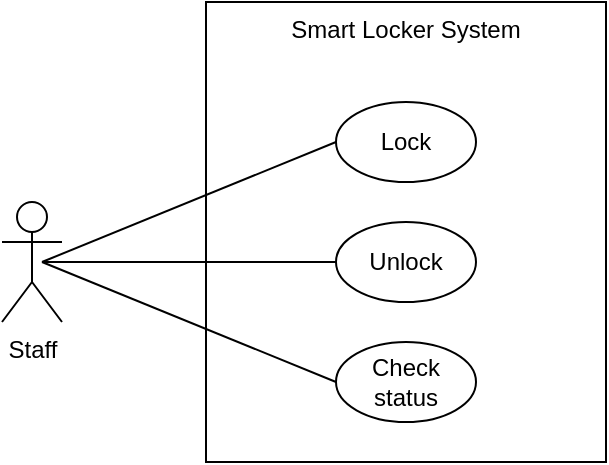
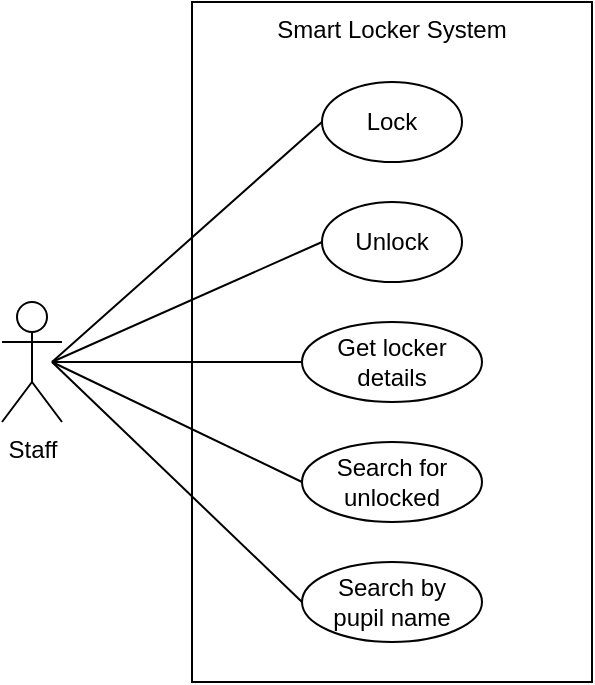
<mxfile host="Electron" agent="Mozilla/5.0 (Windows NT 10.0; Win64; x64) AppleWebKit/537.36 (KHTML, like Gecko) draw.io/28.1.2 Chrome/138.0.7204.243 Electron/37.4.0 Safari/537.36" version="28.1.2" pages="2">
  <diagram id="dSmxpFlf6ctc98qw9gfx" name="Use case">
-     <mxGraphModel dx="868" dy="550" grid="1" gridSize="10" guides="1" tooltips="1" connect="1" arrows="1" fold="1" page="1" pageScale="1" pageWidth="583" pageHeight="413" math="0" shadow="0">
+     <mxGraphModel dx="542" dy="356" grid="1" gridSize="10" guides="1" tooltips="1" connect="1" arrows="1" fold="1" page="1" pageScale="1" pageWidth="583" pageHeight="413" math="0" shadow="0">
      <root>
        <mxCell id="0" />
        <mxCell id="1" parent="0" />
-         <mxCell id="bVwHo5LN-BDuGcu6Tm90-5" value="Smart Locker System" style="rounded=0;whiteSpace=wrap;html=1;verticalAlign=top;fillColor=none;movable=1;resizable=1;rotatable=1;deletable=1;editable=1;locked=0;connectable=1;" vertex="1" parent="1">
-           <mxGeometry x="202" y="90" width="200" height="230" as="geometry" />
+         <mxCell id="bVwHo5LN-BDuGcu6Tm90-5" value="Smart Locker System" style="rounded=0;whiteSpace=wrap;html=1;verticalAlign=top;fillColor=none;movable=1;resizable=1;rotatable=1;deletable=1;editable=1;locked=0;connectable=1;" parent="1" vertex="1">
+           <mxGeometry x="200" y="40" width="200" height="340" as="geometry" />
        </mxCell>
-         <mxCell id="bVwHo5LN-BDuGcu6Tm90-1" value="Lock" style="ellipse;whiteSpace=wrap;html=1;fillColor=none;" vertex="1" parent="1">
-           <mxGeometry x="267" y="140" width="70" height="40" as="geometry" />
+         <mxCell id="bVwHo5LN-BDuGcu6Tm90-1" value="Lock" style="ellipse;whiteSpace=wrap;html=1;fillColor=none;" parent="1" vertex="1">
+           <mxGeometry x="265" y="80" width="70" height="40" as="geometry" />
        </mxCell>
-         <mxCell id="bVwHo5LN-BDuGcu6Tm90-2" value="Staff" style="shape=umlActor;verticalLabelPosition=bottom;verticalAlign=top;html=1;fillColor=none;" vertex="1" parent="1">
-           <mxGeometry x="100" y="190" width="30" height="60" as="geometry" />
+         <mxCell id="bVwHo5LN-BDuGcu6Tm90-2" value="Staff" style="shape=umlActor;verticalLabelPosition=bottom;verticalAlign=top;html=1;fillColor=none;" parent="1" vertex="1">
+           <mxGeometry x="105" y="190" width="30" height="60" as="geometry" />
        </mxCell>
-         <mxCell id="bVwHo5LN-BDuGcu6Tm90-3" value="Unlock" style="ellipse;whiteSpace=wrap;html=1;fillColor=none;" vertex="1" parent="1">
-           <mxGeometry x="267" y="200" width="70" height="40" as="geometry" />
+         <mxCell id="bVwHo5LN-BDuGcu6Tm90-3" value="Unlock" style="ellipse;whiteSpace=wrap;html=1;fillColor=none;" parent="1" vertex="1">
+           <mxGeometry x="265" y="140" width="70" height="40" as="geometry" />
        </mxCell>
-         <mxCell id="bVwHo5LN-BDuGcu6Tm90-4" value="Check status" style="ellipse;whiteSpace=wrap;html=1;fillColor=none;connectable=1;" vertex="1" parent="1">
-           <mxGeometry x="267" y="260" width="70" height="40" as="geometry" />
+         <mxCell id="bVwHo5LN-BDuGcu6Tm90-4" value="Get locker&lt;div&gt;details&lt;/div&gt;" style="ellipse;whiteSpace=wrap;html=1;fillColor=none;connectable=1;" parent="1" vertex="1">
+           <mxGeometry x="255" y="200" width="90" height="40" as="geometry" />
        </mxCell>
-         <mxCell id="bVwHo5LN-BDuGcu6Tm90-11" value="" style="endArrow=none;html=1;rounded=0;entryX=0;entryY=0.5;entryDx=0;entryDy=0;endFill=0;" edge="1" parent="1" target="bVwHo5LN-BDuGcu6Tm90-1">
+         <mxCell id="bVwHo5LN-BDuGcu6Tm90-11" value="" style="endArrow=none;html=1;rounded=0;entryX=0;entryY=0.5;entryDx=0;entryDy=0;endFill=0;" parent="1" target="bVwHo5LN-BDuGcu6Tm90-1" edge="1">
          <mxGeometry width="50" height="50" relative="1" as="geometry">
-             <mxPoint x="120" y="220" as="sourcePoint" />
-             <mxPoint x="170" y="140" as="targetPoint" />
+             <mxPoint x="130" y="220" as="sourcePoint" />
+             <mxPoint x="170" y="114" as="targetPoint" />
          </mxGeometry>
        </mxCell>
-         <mxCell id="bVwHo5LN-BDuGcu6Tm90-12" value="" style="endArrow=none;html=1;rounded=0;entryX=0;entryY=0.5;entryDx=0;entryDy=0;endFill=0;" edge="1" parent="1" target="bVwHo5LN-BDuGcu6Tm90-4">
+         <mxCell id="bVwHo5LN-BDuGcu6Tm90-12" value="" style="endArrow=none;html=1;rounded=0;entryX=0;entryY=0.5;entryDx=0;entryDy=0;endFill=0;" parent="1" target="bVwHo5LN-BDuGcu6Tm90-4" edge="1">
          <mxGeometry width="50" height="50" relative="1" as="geometry">
-             <mxPoint x="120" y="220" as="sourcePoint" />
-             <mxPoint x="311" y="170" as="targetPoint" />
+             <mxPoint x="130" y="220" as="sourcePoint" />
+             <mxPoint x="311" y="144" as="targetPoint" />
          </mxGeometry>
        </mxCell>
-         <mxCell id="bVwHo5LN-BDuGcu6Tm90-13" value="" style="endArrow=none;html=1;rounded=0;endFill=0;entryX=0;entryY=0.5;entryDx=0;entryDy=0;" edge="1" parent="1" target="bVwHo5LN-BDuGcu6Tm90-3">
+         <mxCell id="bVwHo5LN-BDuGcu6Tm90-13" value="" style="endArrow=none;html=1;rounded=0;endFill=0;entryX=0;entryY=0.5;entryDx=0;entryDy=0;" parent="1" target="bVwHo5LN-BDuGcu6Tm90-3" edge="1">
          <mxGeometry width="50" height="50" relative="1" as="geometry">
-             <mxPoint x="120" y="220" as="sourcePoint" />
-             <mxPoint x="262" y="223" as="targetPoint" />
+             <mxPoint x="130" y="220" as="sourcePoint" />
+             <mxPoint x="262" y="197" as="targetPoint" />
          </mxGeometry>
+         </mxCell>
+         <mxCell id="tEF0ed6_fWVdExRSpBne-3" style="rounded=0;orthogonalLoop=1;jettySize=auto;html=1;exitX=0;exitY=0.5;exitDx=0;exitDy=0;endArrow=none;endFill=0;" edge="1" parent="1" source="tEF0ed6_fWVdExRSpBne-1">
+           <mxGeometry relative="1" as="geometry">
+             <mxPoint x="130" y="220" as="targetPoint" />
+           </mxGeometry>
+         </mxCell>
+         <mxCell id="tEF0ed6_fWVdExRSpBne-1" value="Search for&lt;div&gt;unlocked&lt;/div&gt;" style="ellipse;whiteSpace=wrap;html=1;fillColor=none;" vertex="1" parent="1">
+           <mxGeometry x="255" y="260" width="90" height="40" as="geometry" />
+         </mxCell>
+         <mxCell id="tEF0ed6_fWVdExRSpBne-4" style="edgeStyle=none;shape=connector;rounded=0;orthogonalLoop=1;jettySize=auto;html=1;exitX=0;exitY=0.5;exitDx=0;exitDy=0;strokeColor=default;align=center;verticalAlign=middle;fontFamily=Helvetica;fontSize=11;fontColor=default;labelBackgroundColor=default;endArrow=none;endFill=0;" edge="1" parent="1" source="tEF0ed6_fWVdExRSpBne-2">
+           <mxGeometry relative="1" as="geometry">
+             <mxPoint x="130" y="220" as="targetPoint" />
+           </mxGeometry>
+         </mxCell>
+         <mxCell id="tEF0ed6_fWVdExRSpBne-2" value="&lt;div&gt;&lt;span style=&quot;background-color: transparent; color: light-dark(rgb(0, 0, 0), rgb(255, 255, 255));&quot;&gt;Search by&lt;/span&gt;&lt;/div&gt;&lt;div&gt;&lt;span style=&quot;background-color: transparent; color: light-dark(rgb(0, 0, 0), rgb(255, 255, 255));&quot;&gt;pupil name&lt;/span&gt;&lt;/div&gt;" style="ellipse;whiteSpace=wrap;html=1;fillColor=none;" vertex="1" parent="1">
+           <mxGeometry x="255" y="320" width="90" height="40" as="geometry" />
        </mxCell>
      </root>
    </mxGraphModel>
  </diagram>
  <diagram name="Class" id="Et4eN9XsMP80-kSSHCN3">
    <mxGraphModel dx="786" dy="516" grid="1" gridSize="10" guides="1" tooltips="1" connect="1" arrows="1" fold="1" page="1" pageScale="1" pageWidth="291" pageHeight="413" math="0" shadow="0">
      <root>
        <mxCell id="0" />
        <mxCell id="1" parent="0" />
        <mxCell id="L1eF5kcUcJKXxUQ2V5gm-10" value="Locker" style="swimlane;fontStyle=1;align=center;verticalAlign=top;childLayout=stackLayout;horizontal=1;startSize=26;horizontalStack=0;resizeParent=1;resizeParentMax=0;resizeLast=0;collapsible=1;marginBottom=0;whiteSpace=wrap;html=1;fillColor=#f5f5f5;fontColor=#333333;strokeColor=#666666;" parent="1" vertex="1">
-           <mxGeometry x="60" y="110" width="160" height="140" as="geometry" />
+           <mxGeometry x="60" y="110" width="160" height="150" as="geometry" />
        </mxCell>
-         <mxCell id="L1eF5kcUcJKXxUQ2V5gm-11" value="-id: Integer&lt;div&gt;-isLocked: Boolean&lt;/div&gt;" style="text;strokeColor=none;fillColor=none;align=left;verticalAlign=top;spacingLeft=4;spacingRight=4;overflow=hidden;rotatable=0;points=[[0,0.5],[1,0.5]];portConstraint=eastwest;whiteSpace=wrap;html=1;" parent="L1eF5kcUcJKXxUQ2V5gm-10" vertex="1">
-           <mxGeometry y="26" width="160" height="34" as="geometry" />
+         <mxCell id="L1eF5kcUcJKXxUQ2V5gm-11" value="-lockerNo: Integer&lt;div&gt;-pupil: String&lt;br&gt;&lt;div&gt;-isLocked: Boolean&lt;/div&gt;&lt;/div&gt;" style="text;strokeColor=none;fillColor=none;align=left;verticalAlign=top;spacingLeft=4;spacingRight=4;overflow=hidden;rotatable=0;points=[[0,0.5],[1,0.5]];portConstraint=eastwest;whiteSpace=wrap;html=1;" parent="L1eF5kcUcJKXxUQ2V5gm-10" vertex="1">
+           <mxGeometry y="26" width="160" height="44" as="geometry" />
        </mxCell>
        <mxCell id="L1eF5kcUcJKXxUQ2V5gm-12" value="" style="line;strokeWidth=1;fillColor=none;align=left;verticalAlign=middle;spacingTop=-1;spacingLeft=3;spacingRight=3;rotatable=0;labelPosition=right;points=[];portConstraint=eastwest;strokeColor=inherit;" parent="L1eF5kcUcJKXxUQ2V5gm-10" vertex="1">
-           <mxGeometry y="60" width="160" height="12" as="geometry" />
+           <mxGeometry y="70" width="160" height="12" as="geometry" />
        </mxCell>
-         <mxCell id="L1eF5kcUcJKXxUQ2V5gm-13" value="+locker()&lt;div&gt;+lock()&lt;/div&gt;&lt;div&gt;+unlock()&lt;/div&gt;&lt;div&gt;+status()&lt;br&gt;&lt;/div&gt;" style="text;strokeColor=none;fillColor=none;align=left;verticalAlign=top;spacingLeft=4;spacingRight=4;overflow=hidden;rotatable=0;points=[[0,0.5],[1,0.5]];portConstraint=eastwest;whiteSpace=wrap;html=1;" parent="L1eF5kcUcJKXxUQ2V5gm-10" vertex="1">
-           <mxGeometry y="72" width="160" height="68" as="geometry" />
+         <mxCell id="L1eF5kcUcJKXxUQ2V5gm-13" value="+locker()&lt;div&gt;+lock()&lt;/div&gt;&lt;div&gt;+unlock()&lt;/div&gt;&lt;div&gt;+details()&lt;br&gt;&lt;/div&gt;" style="text;strokeColor=none;fillColor=none;align=left;verticalAlign=top;spacingLeft=4;spacingRight=4;overflow=hidden;rotatable=0;points=[[0,0.5],[1,0.5]];portConstraint=eastwest;whiteSpace=wrap;html=1;" parent="L1eF5kcUcJKXxUQ2V5gm-10" vertex="1">
+           <mxGeometry y="82" width="160" height="68" as="geometry" />
        </mxCell>
      </root>
    </mxGraphModel>
  </diagram>
</mxfile>
